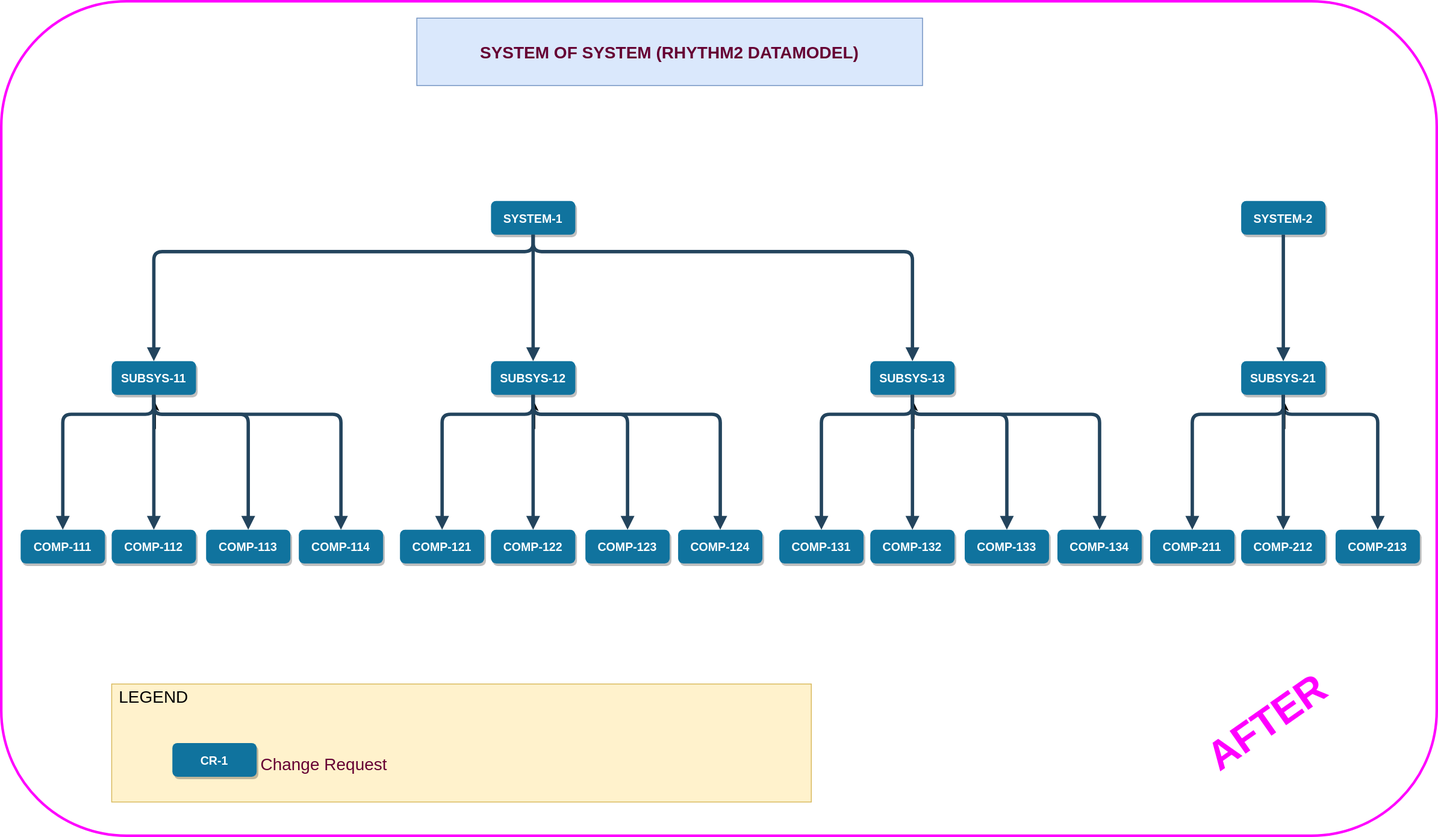
alaindelanay/drawings keeps this draw.io diagram as SOS_Rhythm2_Contributions.svg. Above is the earlier version. Source tidied: cells renumbered, new cells last; positions are measured from the earlier drawing's top-left corner, leaving out a move shared by most shapes.
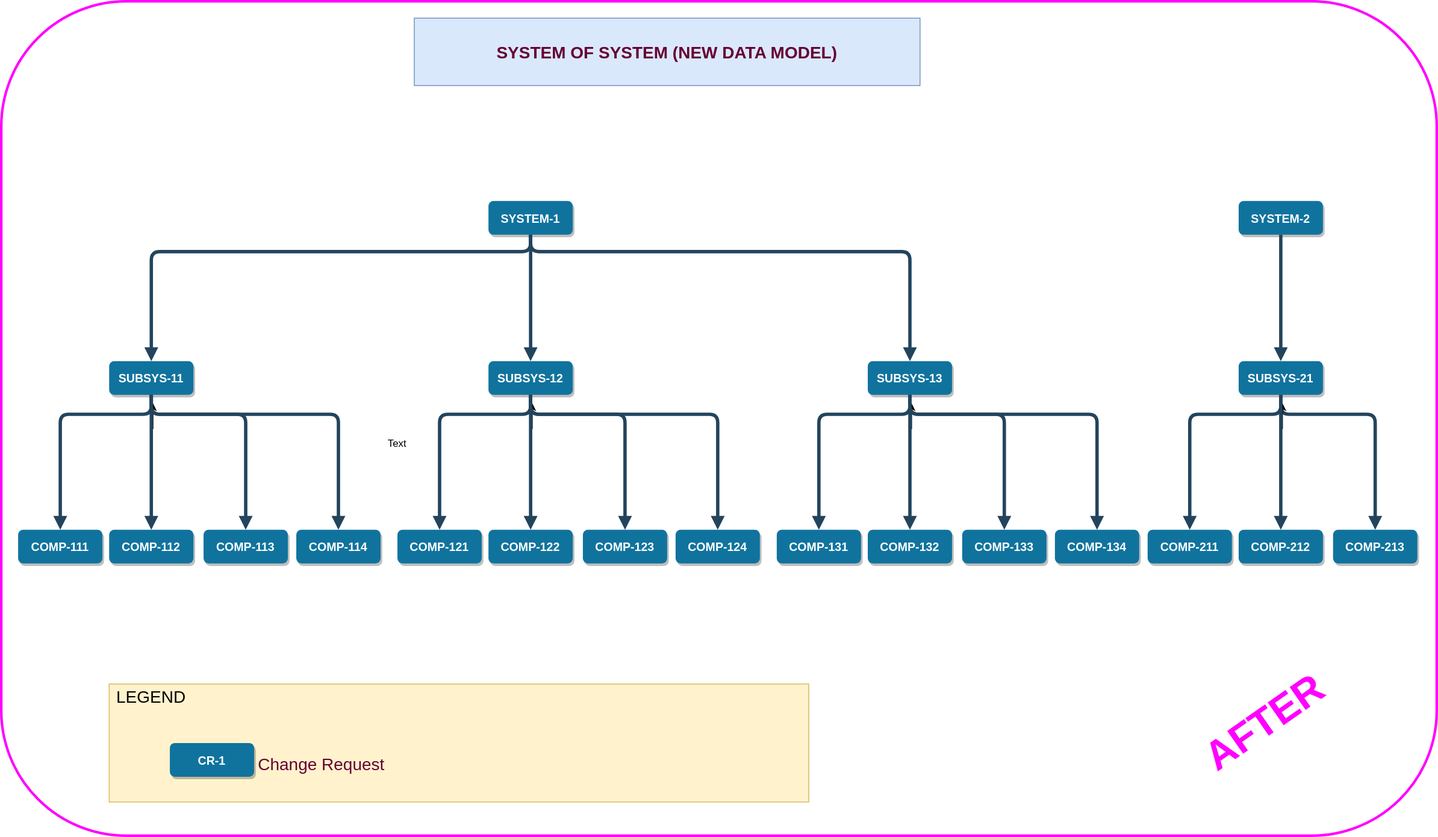
After the change.

What changed in the source:
```diff
@@ -2,6 +2,9 @@
   <root>
     <mxCell id="0" />
     <mxCell id="1" parent="0" />
+    <mxCell id="52" style="rounded=1;whiteSpace=wrap;html=1;fillColor=none;strokeColor=#FF00FF;strokeWidth=3;perimeterSpacing=3;" parent="1" vertex="1">
+      <mxGeometry x="3" width="1703" height="990" as="geometry" />
+    </mxCell>
     <mxCell id="2" style="rounded=0;whiteSpace=wrap;html=1;fontSize=20;fillColor=#fff2cc;strokeColor=#d6b656;" parent="1" vertex="1">
       <mxGeometry x="131" y="810" width="830" height="140" as="geometry" />
     </mxCell>
@@ -207,7 +210,7 @@
     <mxCell id="46" style="edgeStyle=elbowEdgeStyle;elbow=vertical;strokeWidth=4;endArrow=block;endFill=1;fontStyle=1;strokeColor=#23445D;entryX=0.5;entryY=0;entryDx=0;entryDy=0;exitX=0.5;exitY=1;exitDx=0;exitDy=0;" parent="1" edge="1" source="45" target="37">
       <mxGeometry x="772" y="-97.5" as="geometry" />
     </mxCell>
-    <mxCell id="47" value="SYSTEM OF SYSTEM (RHYTHM2 DATAMODEL)" style="rounded=0;whiteSpace=wrap;html=1;fillColor=#dae8fc;strokeColor=#6c8ebf;fontSize=20;fontStyle=1;fontColor=#660033;" parent="1" vertex="1">
+    <mxCell id="47" value="SYSTEM OF SYSTEM (NEW DATA MODEL)" style="rounded=0;whiteSpace=wrap;html=1;fillColor=#dae8fc;strokeColor=#6c8ebf;fontSize=20;fontStyle=1;fontColor=#660033;" parent="1" vertex="1">
       <mxGeometry x="493" y="20" width="600" height="80" as="geometry" />
     </mxCell>
     <mxCell id="48" value="CR-1" style="rounded=1;fillColor=#10739E;strokeColor=none;shadow=1;gradientColor=none;fontStyle=1;fontColor=#FFFFFF;fontSize=14;" parent="1" vertex="1">
@@ -222,8 +225,8 @@
     <mxCell id="51" value="AFTER" style="text;html=1;strokeColor=none;fillColor=none;align=center;verticalAlign=middle;whiteSpace=wrap;rounded=0;rotation=-35;fontSize=48;fontStyle=1;fontColor=#FF00FF;" parent="1" vertex="1">
       <mxGeometry x="1403" y="840" width="197.2" height="30" as="geometry" />
     </mxCell>
-    <mxCell id="52" style="rounded=1;whiteSpace=wrap;html=1;fillColor=none;strokeColor=#FF00FF;strokeWidth=3;perimeterSpacing=3;" parent="1" vertex="1">
-      <mxGeometry width="1703" height="990" as="geometry" />
-    </mxCell>
+    <mxCell id="53" value="Text" style="text;html=1;strokeColor=none;fillColor=none;align=center;verticalAlign=middle;whiteSpace=wrap;rounded=0;" parent="1" vertex="1">
+      <mxGeometry x="443" y="510" width="60" height="30" as="geometry" />
+    </mxCell>
   </root>
 </mxGraphModel>
```
